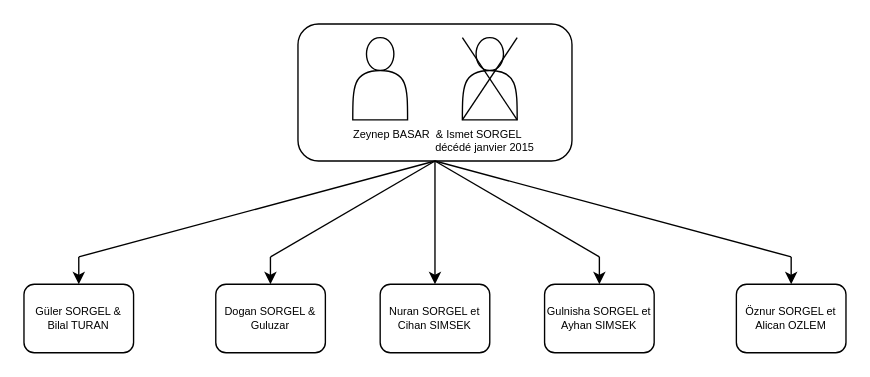
Wiviou/printf42 keeps this draw.io diagram as Diagramme sans nom.drawio. Above is the earlier version. Source tidied: cells renumbered, new cells numbered last; positions are measured from the earlier drawing's top-left corner, leaving out a move shared by most shapes. Both pictures are drawn from the tidied source at 137%, with x=0, y=0 at pixel (23, 23).
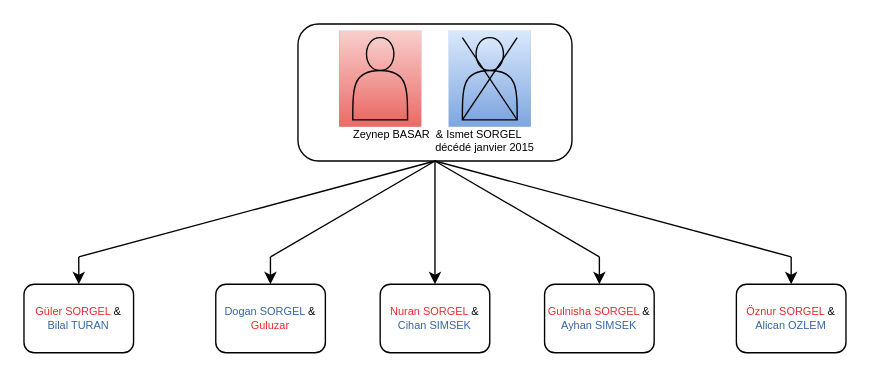
The same diagram, later.

Commit message:
Mettre à jour Diagramme sans nom.drawio

Change to the diagram source:
```diff
@@
-    <mxCell id="3" style="shape=actor;whiteSpace=wrap;html=1;" parent="1" vertex="1">
-      <mxGeometry x="240" y="10" width="40" height="60" as="geometry" />
-    </mxCell>
-    <mxCell id="4" style="shape=actor;whiteSpace=wrap;html=1;" parent="1" vertex="1">
-      <mxGeometry x="320" y="10" width="40" height="60" as="geometry" />
-    </mxCell>
@@
-    <mxCell id="6" value="Güler SORGEL &amp;amp; Bilal TURAN" style="rounded=1;whiteSpace=wrap;html=1;fontSize=8;glass=0;strokeWidth=1;shadow=0;" parent="1" vertex="1">
+    <mxCell id="6" value="&lt;font color=&quot;#ef2929&quot;&gt;Güler SORGEL&lt;/font&gt; &amp;amp; &lt;font color=&quot;#3465a4&quot;&gt;Bilal TURAN&lt;/font&gt;" style="rounded=1;whiteSpace=wrap;html=1;fontSize=8;glass=0;strokeWidth=1;shadow=0;" parent="1" vertex="1">
       <mxGeometry y="190" width="80" height="50" as="geometry" />
     </mxCell>
@@
-    <mxCell id="9" value="Dogan SORGEL &amp;amp; Guluzar" style="rounded=1;whiteSpace=wrap;html=1;fontSize=8;glass=0;strokeWidth=1;shadow=0;" parent="1" vertex="1">
+    <mxCell id="9" value="&lt;font color=&quot;#3465a4&quot;&gt;Dogan SORGEL&lt;/font&gt; &amp;amp; &lt;font color=&quot;#ef2929&quot;&gt;Guluzar&lt;/font&gt;" style="rounded=1;whiteSpace=wrap;html=1;fontSize=8;glass=0;strokeWidth=1;shadow=0;" parent="1" vertex="1">
       <mxGeometry x="140" y="190" width="80" height="50" as="geometry" />
     </mxCell>
@@
-    <mxCell id="11" value="Nuran SORGEL et Cihan SIMSEK" style="rounded=1;whiteSpace=wrap;html=1;fontSize=8;glass=0;strokeWidth=1;shadow=0;" parent="1" vertex="1">
+    <mxCell id="11" value="&lt;font color=&quot;#ef2929&quot;&gt;Nuran SORGEL&lt;/font&gt; &amp;amp; &lt;font color=&quot;#3465a4&quot;&gt;Cihan SIMSEK&lt;/font&gt;" style="rounded=1;whiteSpace=wrap;html=1;fontSize=8;glass=0;strokeWidth=1;shadow=0;" parent="1" vertex="1">
       <mxGeometry x="260" y="190" width="80" height="50" as="geometry" />
     </mxCell>
@@
-    <mxCell id="15" value="Gulnisha SORGEL et Ayhan SIMSEK" style="rounded=1;whiteSpace=wrap;html=1;fontSize=8;glass=0;strokeWidth=1;shadow=0;" parent="1" vertex="1">
+    <mxCell id="15" value="&lt;font color=&quot;#ef2929&quot;&gt;Gulnisha SORGEL&lt;/font&gt; &amp;amp; &lt;font color=&quot;#3465a4&quot;&gt;Ayhan SIMSEK&lt;/font&gt;" style="rounded=1;whiteSpace=wrap;html=1;fontSize=8;glass=0;strokeWidth=1;shadow=0;" parent="1" vertex="1">
       <mxGeometry x="380" y="190" width="80" height="50" as="geometry" />
     </mxCell>
-    <mxCell id="16" value="Öznur SORGEL et Alican OZLEM" style="rounded=1;whiteSpace=wrap;html=1;fontSize=8;glass=0;strokeWidth=1;shadow=0;" parent="1" vertex="1">
+    <mxCell id="16" value="&lt;font color=&quot;#ef2929&quot;&gt;Öznur SORGEL&lt;/font&gt; &amp;amp; &lt;font color=&quot;#3465a4&quot;&gt;Alican OZLEM&lt;/font&gt;" style="rounded=1;whiteSpace=wrap;html=1;fontSize=8;glass=0;strokeWidth=1;shadow=0;" parent="1" vertex="1">
       <mxGeometry x="520" y="190" width="80" height="50" as="geometry" />
     </mxCell>
@@
+    <mxCell id="21" style="rounded=0;whiteSpace=wrap;html=1;strokeWidth=0;fillColor=#f8cecc;gradientColor=#ea6b66;strokeColor=#b85450;" parent="1" vertex="1">
+      <mxGeometry x="230" y="5" width="60" height="70" as="geometry" />
+    </mxCell>
+    <mxCell id="3" style="shape=actor;whiteSpace=wrap;html=1;fillColor=#f8cecc;gradientColor=#ea6b66;strokeColor=#000000;" parent="1" vertex="1">
+      <mxGeometry x="240" y="10" width="40" height="60" as="geometry" />
+    </mxCell>
+    <mxCell id="22" style="rounded=0;whiteSpace=wrap;html=1;strokeWidth=0;fillColor=#dae8fc;gradientColor=#7ea6e0;strokeColor=#6c8ebf;" parent="1" vertex="1">
+      <mxGeometry x="310" y="5" width="60" height="70" as="geometry" />
+    </mxCell>
+    <mxCell id="4" style="shape=actor;whiteSpace=wrap;html=1;fillColor=#dae8fc;gradientColor=#7ea6e0;strokeColor=#000000;" parent="1" vertex="1">
+      <mxGeometry x="320" y="10" width="40" height="60" as="geometry" />
+    </mxCell>
+    <mxCell id="20" style="endArrow=none;html=1;rounded=0;" parent="1" edge="1">
+      <mxGeometry relative="1" as="geometry">
+        <mxPoint x="360" y="10" as="sourcePoint" />
+        <mxPoint x="320" y="70" as="targetPoint" />
+      </mxGeometry>
+    </mxCell>
@@
-    <mxCell id="20" style="endArrow=none;html=1;rounded=0;" parent="1" edge="1">
-      <mxGeometry relative="1" as="geometry">
-        <mxPoint x="360" y="10" as="sourcePoint" />
-        <mxPoint x="320" y="70" as="targetPoint" />
-      </mxGeometry>
-    </mxCell>
```
